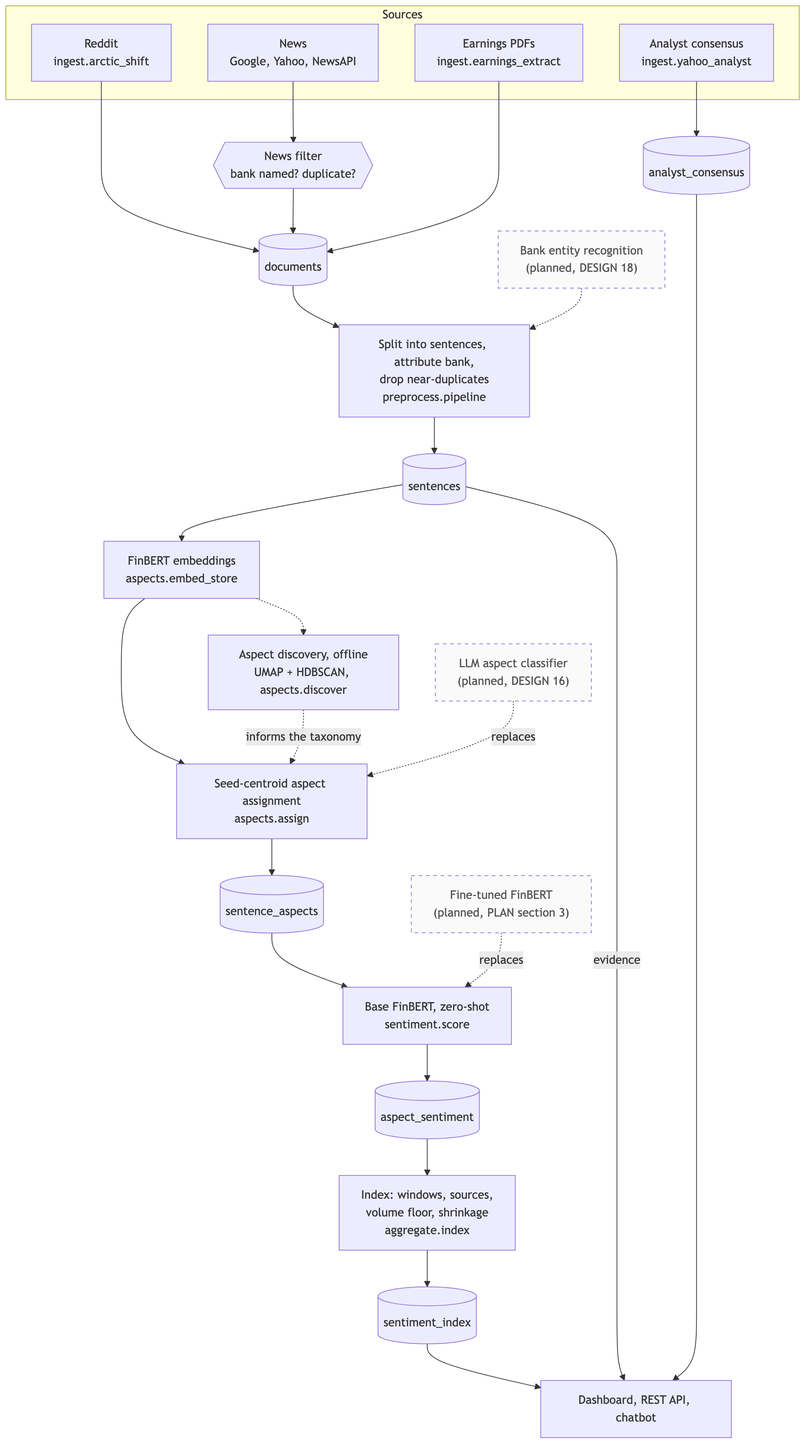
Above: docs/diagrams/img/04-pipeline.png in Gavingyh/plp-project (Mermaid), before the change. Its source is kept beside it as docs/diagrams/src/04-pipeline.mmd.
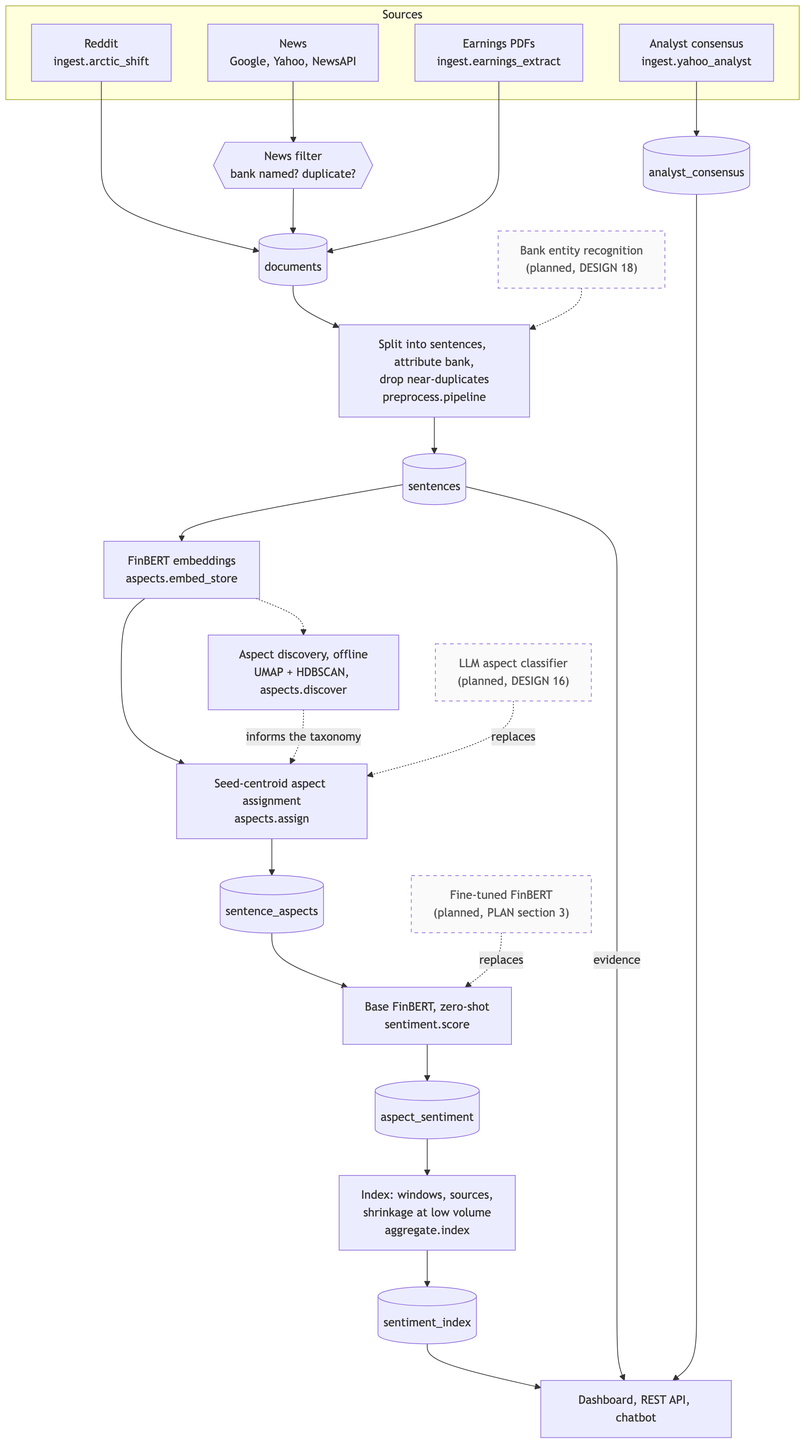
Above is the later version.

Commit message:
Add news-filter and index-computation diagrams

The edit, as a diff of the source:
```diff
@@ -23,7 +23,7 @@
   score["Base FinBERT, zero-shot<br/>sentiment.score"]
   ft["Fine-tuned FinBERT<br/>(planned, PLAN section 3)"]
   as[("aspect_sentiment")]
-  agg["Index: windows, sources,<br/>volume floor, shrinkage<br/>aggregate.index"]
+  agg["Index: windows, sources,<br/>shrinkage at low volume<br/>aggregate.index"]
   idx[("sentiment_index")]
   ui["Dashboard, REST API, chatbot"]
 
```
